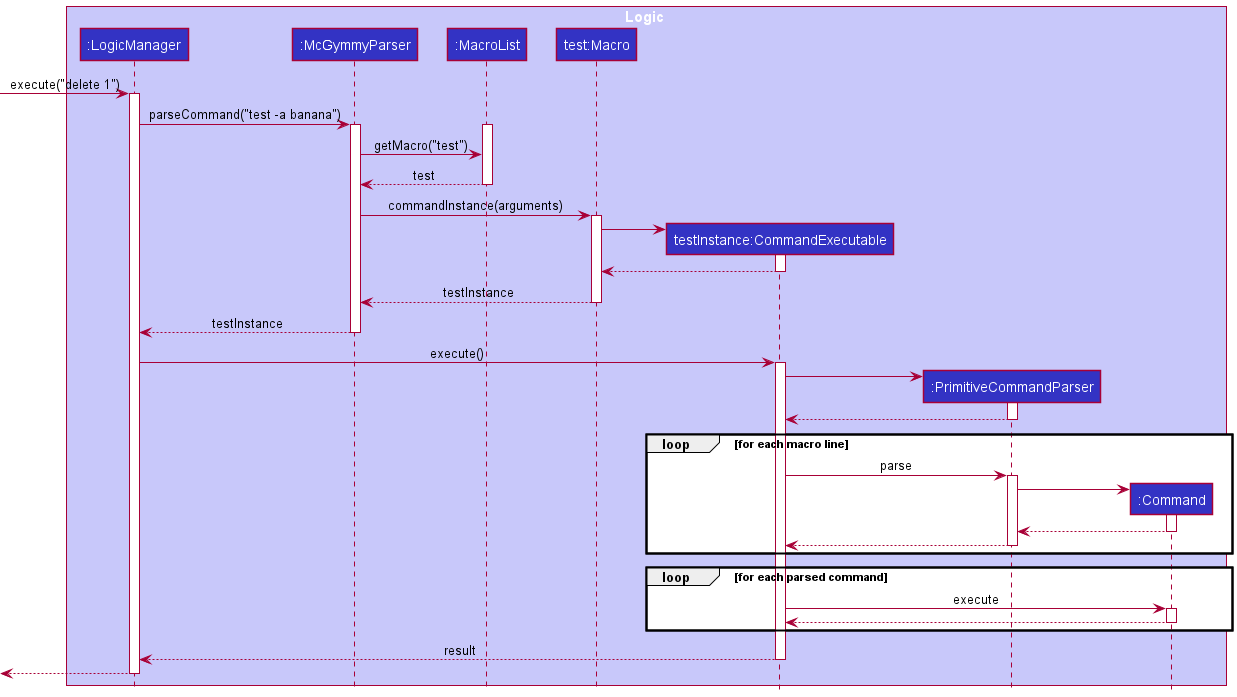
nus-cs2103-AY2021S1/tp keeps this PlantUML diagram as docs/images/MacroSequenceDiagram.png. Above is the earlier version.
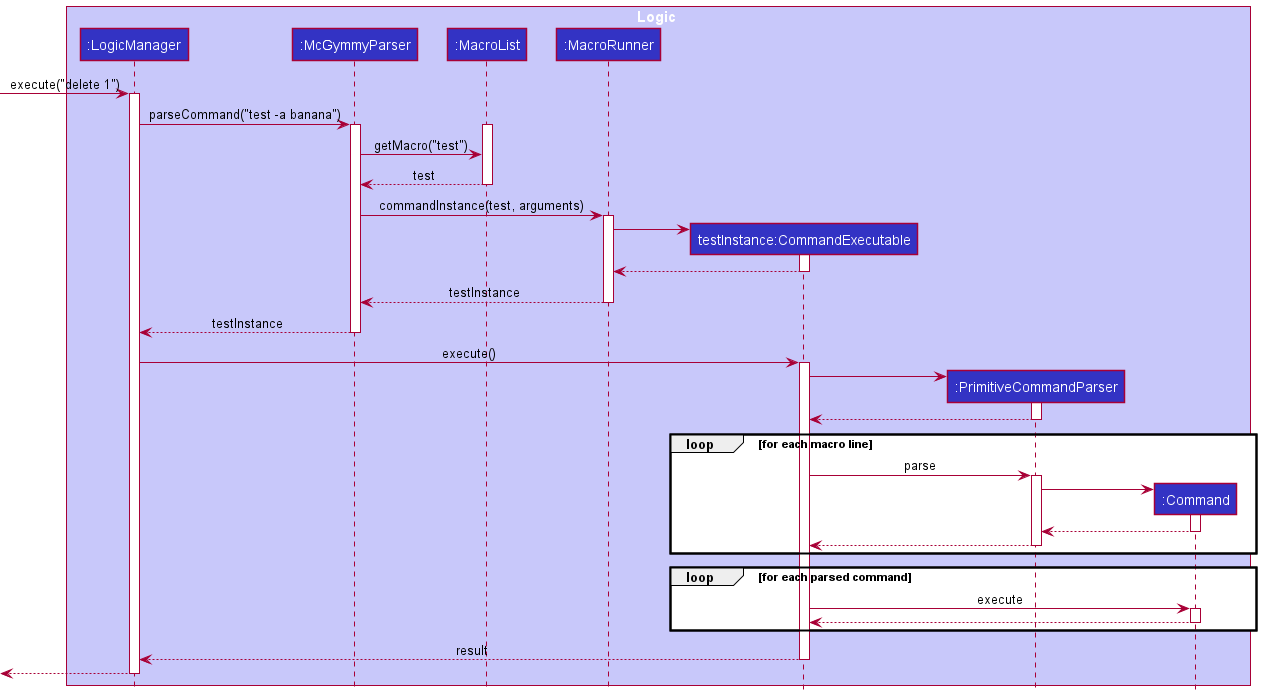
After the commit.

Diff of the diagram source:
```diff
@@ -5,7 +5,7 @@
 participant ":LogicManager" as LogicManager LOGIC_COLOR
 participant ":McGymmyParser" as McGymmyParser LOGIC_COLOR
 participant ":MacroList" as MacroList LOGIC_COLOR
-participant "test:Macro" as Macro LOGIC_COLOR
+participant ":MacroRunner" as Macro LOGIC_COLOR
 participant "testInstance:CommandExecutable" as CommandExecutable LOGIC_COLOR
 participant ":PrimitiveCommandParser" as PrimitiveCommandParser LOGIC_COLOR
 participant ":Command" as Command LOGIC_COLOR
@@ -22,7 +22,7 @@
 MacroList --> McGymmyParser : test
 deactivate MacroList
 
-McGymmyParser -> Macro : commandInstance(arguments)
+McGymmyParser -> Macro : commandInstance(test, arguments)
 activate Macro
 
 create CommandExecutable
```
